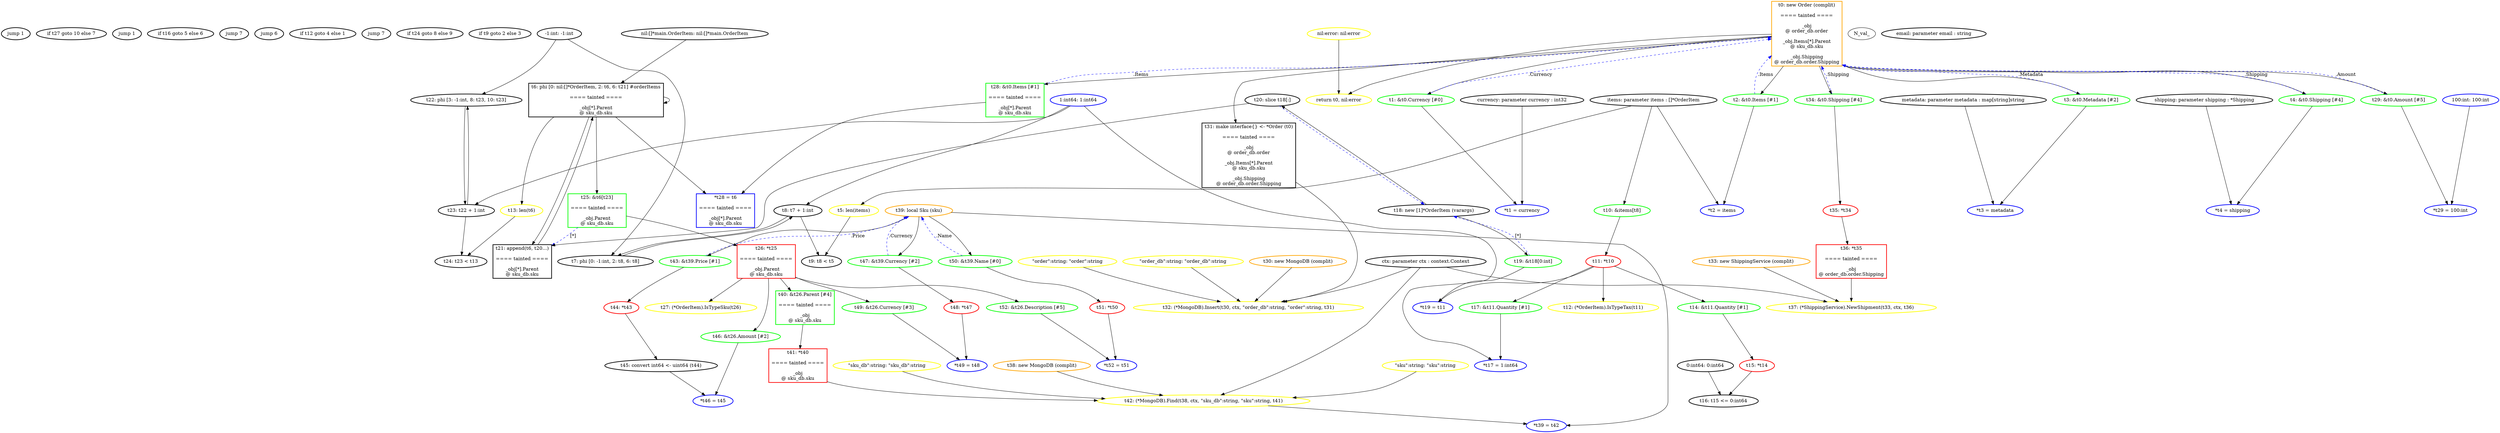
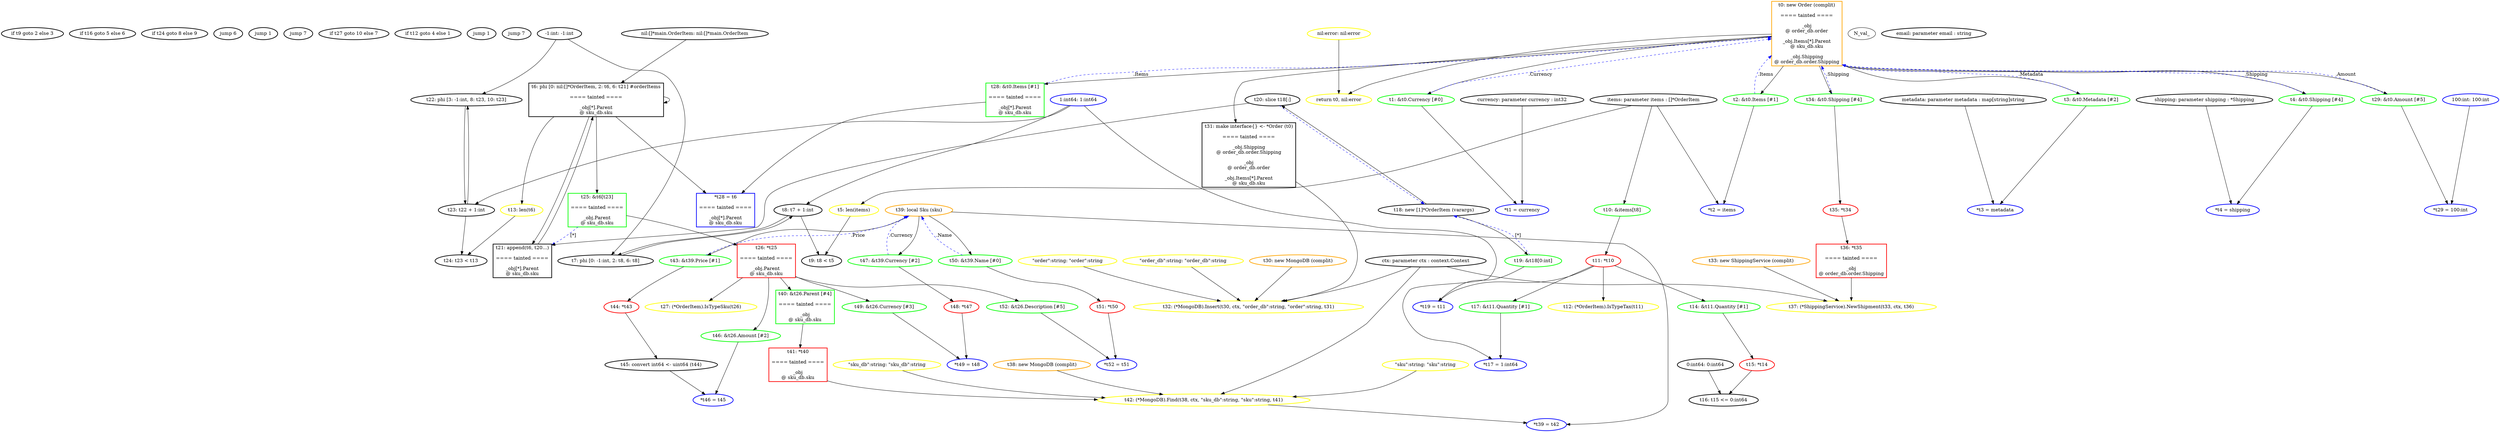
digraph G {
	rankdir=TD;
- 	N_instr__1486007682 [label="jump 1", style=bold, shape=ellipse, color="black"];
- 	N_instr__155428900 [label="if t27 goto 10 else 7", style=bold, shape=ellipse, color="black"];
- 	N_instr__1748673099 [label="jump 1", style=bold, shape=ellipse, color="black"];
- 	N_instr__1891567573 [label="if t16 goto 5 else 6", style=bold, shape=ellipse, color="black"];
- 	N_instr__233537825 [label="jump 7", style=bold, shape=ellipse, color="black"];
- 	N_instr__409748865 [label="jump 6", style=bold, shape=ellipse, color="black"];
- 	N_instr__431213041 [label="if t12 goto 4 else 1", style=bold, shape=ellipse, color="black"];
- 	N_instr__480687870 [label="jump 7", style=bold, shape=ellipse, color="black"];
- 	N_instr__745433567 [label="if t24 goto 8 else 9", style=bold, shape=ellipse, color="black"];
- 	N_instr__815072820 [label="if t9 goto 2 else 3", style=bold, shape=ellipse, color="black"];
+ 	N_instr__1300245240 [label="if t9 goto 2 else 3", style=bold, shape=ellipse, color="black"];
+ 	N_instr__1368095566 [label="if t16 goto 5 else 6", style=bold, shape=ellipse, color="black"];
+ 	N_instr__1573319400 [label="if t24 goto 8 else 9", style=bold, shape=ellipse, color="black"];
+ 	N_instr__1693944253 [label="jump 6", style=bold, shape=ellipse, color="black"];
+ 	N_instr__2014862055 [label="jump 1", style=bold, shape=ellipse, color="black"];
+ 	N_instr__288717836 [label="jump 7", style=bold, shape=ellipse, color="black"];
+ 	N_instr__397433706 [label="if t27 goto 10 else 7", style=bold, shape=ellipse, color="black"];
+ 	N_instr__398109676 [label="if t12 goto 4 else 1", style=bold, shape=ellipse, color="black"];
+ 	N_instr__419137073 [label="jump 1", style=bold, shape=ellipse, color="black"];
+ 	N_instr__947450819 [label="jump 7", style=bold, shape=ellipse, color="black"];
	N_instr_ret_2694 [label="return t0, nil:error", style=bold, shape=ellipse, color="yellow"];
	N_instr_store_1919 [label="*t1 = currency", style=bold, shape=ellipse, color="blue"];
	N_instr_store_1938 [label="*t2 = items", style=bold, shape=ellipse, color="blue"];
	N_instr_store_1960 [label="*t3 = metadata", style=bold, shape=ellipse, color="blue"];
	N_instr_store_1982 [label="*t4 = shipping", style=bold, shape=ellipse, color="blue"];
	N_instr_store_2129 [label="*t17 = 1:int64", style=bold, shape=ellipse, color="blue"];
	N_instr_store_2182 [label="*t19 = t11", style=bold, shape=ellipse, color="blue"];
	N_instr_store_2312 [label="*t39 = t42", style=bold, shape=ellipse, color="blue"];
	N_instr_store_2379 [label="*t46 = t45", style=bold, shape=ellipse, color="blue"];
	N_instr_store_2416 [label="*t49 = t48", style=bold, shape=ellipse, color="blue"];
	N_instr_store_2451 [label="*t52 = t51", style=bold, shape=ellipse, color="blue"];
	N_instr_store_2489 [label="*t28 = t6

==== tainted ====

_obj[*].Parent
@ sku_db.sku
", style=bold, shape=box, color="blue"];
	N_instr_store_2515 [label="*t29 = 100:int", style=bold, shape=ellipse, color="blue"];
- 	N_nil_1330792106 [label="nil:error: nil:error", style=bold, shape=ellipse, color="yellow"];
- 	N_nil_262746008 [label="nil:[]*main.OrderItem: nil:[]*main.OrderItem", style=bold, shape=ellipse, color="black"];
+ 	N_nil_1210916737 [label="nil:[]*main.OrderItem: nil:[]*main.OrderItem", style=bold, shape=ellipse, color="black"];
+ 	N_nil_1996754634 [label="nil:error: nil:error", style=bold, shape=ellipse, color="yellow"];
	N_val_"order":string [label="\"order\":string: \"order\":string", style=bold, shape=ellipse, color="yellow"];
	N_val_"order_db":string [label="\"order_db\":string: \"order_db\":string", style=bold, shape=ellipse, color="yellow"];
	N_val_"sku":string [label="\"sku\":string: \"sku\":string", style=bold, shape=ellipse, color="yellow"];
	N_val_"sku_db":string [label="\"sku_db\":string: \"sku_db\":string", style=bold, shape=ellipse, color="yellow"];
	N_val_-1:int [label="-1:int: -1:int", style=bold, shape=ellipse, color="black"];
	N_val_0:int64 [label="0:int64: 0:int64", style=bold, shape=ellipse, color="black"];
	N_val_100:int [label="100:int: 100:int", style=bold, shape=ellipse, color="blue"];
	N_val_1:int [label="1:int: 1:int", style=bold, shape=ellipse, color="black"];
	N_val_1:int64 [label="1:int64: 1:int64", style=bold, shape=ellipse, color="blue"];
	N_val_alloc_1907 [label="t0: new Order (complit)

==== tainted ====

_obj
@ order_db.order

_obj.Items[*].Parent
@ sku_db.sku

_obj.Shipping
@ order_db.order.Shipping
", style=bold, shape=box, color="orange"];
	N_val_alloc_2189 [label="t18: new [1]*OrderItem (varargs)", style=bold, shape=ellipse, color="black"];
	N_val_alloc_2306 [label="t38: new MongoDB (complit)", style=bold, shape=ellipse, color="orange"];
	N_val_alloc_2312 [label="t39: local Sku (sku)", style=bold, shape=ellipse, color="orange"];
	N_val_alloc_2549 [label="t30: new MongoDB (complit)", style=bold, shape=ellipse, color="orange"];
	N_val_alloc_2638 [label="t33: new ShippingService (complit)", style=bold, shape=ellipse, color="orange"];
	N_val_binary_2110 [label="t16: t15 <= 0:int64", style=bold, shape=ellipse, color="black"];
	N_val_binaryt23 [label="t23: t22 + 1:int", style=bold, shape=ellipse, color="black"];
	N_val_binaryt24 [label="t24: t23 < t13", style=bold, shape=ellipse, color="black"];
	N_val_binaryt8 [label="t8: t7 + 1:int", style=bold, shape=ellipse, color="black"];
	N_val_binaryt9 [label="t9: t8 < t5", style=bold, shape=ellipse, color="black"];
	N_val_call_2082 [label="t12: (*OrderItem).IsTypeTax(t11)", style=bold, shape=ellipse, color="yellow"];
	N_val_call_2169 [label="t21: append(t6, t20...)

==== tainted ====

_obj[*].Parent
@ sku_db.sku
", style=bold, shape=box, color="black"];
	N_val_call_2258 [label="t27: (*OrderItem).IsTypeSku(t26)", style=bold, shape=ellipse, color="yellow"];
	N_val_call_2329 [label="t42: (*MongoDB).Find(t38, ctx, \"sku_db\":string, \"sku\":string, t41)", style=bold, shape=ellipse, color="yellow"];
	N_val_call_2567 [label="t32: (*MongoDB).Insert(t30, ctx, \"order_db\":string, \"order\":string, t31)", style=bold, shape=ellipse, color="yellow"];
	N_val_call_2669 [label="t37: (*ShippingService).NewShipment(t33, ctx, t36)", style=bold, shape=ellipse, color="yellow"];
	N_val_callt13 [label="t13: len(t6)", style=bold, shape=ellipse, color="yellow"];
	N_val_callt5 [label="t5: len(items)", style=bold, shape=ellipse, color="yellow"];
	N_val_conv_2393 [label="t45: convert int64 <- uint64 (t44)", style=bold, shape=ellipse, color="black"];
	N_val_field_1919 [label="t1: &t0.Currency [#0]", style=bold, shape=ellipse, color="green"];
	N_val_field_1938 [label="t2: &t0.Items [#1]", style=bold, shape=ellipse, color="green"];
	N_val_field_1960 [label="t3: &t0.Metadata [#2]", style=bold, shape=ellipse, color="green"];
	N_val_field_1982 [label="t4: &t0.Shipping [#4]", style=bold, shape=ellipse, color="green"];
	N_val_field_2101 [label="t14: &t11.Quantity [#1]", style=bold, shape=ellipse, color="green"];
	N_val_field_2129 [label="t17: &t11.Quantity [#1]", style=bold, shape=ellipse, color="green"];
	N_val_field_2360 [label="t40: &t26.Parent [#4]

==== tainted ====

_obj
@ sku_db.sku
", style=bold, shape=box, color="green"];
	N_val_field_2379 [label="t46: &t26.Amount [#2]", style=bold, shape=ellipse, color="green"];
	N_val_field_2398 [label="t43: &t39.Price [#1]", style=bold, shape=ellipse, color="green"];
	N_val_field_2416 [label="t49: &t26.Currency [#3]", style=bold, shape=ellipse, color="green"];
	N_val_field_2431 [label="t47: &t39.Currency [#2]", style=bold, shape=ellipse, color="green"];
	N_val_field_2451 [label="t52: &t26.Description [#5]", style=bold, shape=ellipse, color="green"];
	N_val_field_2469 [label="t50: &t39.Name [#0]", style=bold, shape=ellipse, color="green"];
	N_val_field_2489 [label="t28: &t0.Items [#1]

==== tainted ====

_obj[*].Parent
@ sku_db.sku
", style=bold, shape=box, color="green"];
	N_val_field_2515 [label="t29: &t0.Amount [#5]", style=bold, shape=ellipse, color="green"];
	N_val_field_2682 [label="t34: &t0.Shipping [#4]", style=bold, shape=ellipse, color="green"];
	N_val_ifacet31 [label="t31: make interface{} <- *Order (t0)

==== tainted ====

- _obj
- @ order_db.order
- 
- _obj.Items[*].Parent
- @ sku_db.sku
- 
_obj.Shipping
@ order_db.order.Shipping
+ 
+ _obj
+ @ order_db.order
+ 
+ _obj.Items[*].Parent
+ @ sku_db.sku
", style=bold, shape=box, color="black"];
	N_val_index_2052 [label="t10: &items[t8]", style=bold, shape=ellipse, color="green"];
	N_val_index_2223 [label="t25: &t6[t23]

==== tainted ====

_obj.Parent
@ sku_db.sku
", style=bold, shape=box, color="green"];
	N_val_indext19 [label="t19: &t18[0:int]", style=bold, shape=ellipse, color="green"];
	N_val_param_1754 [label="ctx: parameter ctx : context.Context", style=bold, shape=ellipse, color="black"];
	N_val_param_1775 [label="currency: parameter currency : int32", style=bold, shape=ellipse, color="black"];
	N_val_param_1791 [label="items: parameter items : []*OrderItem", style=bold, shape=ellipse, color="black"];
	N_val_param_1811 [label="metadata: parameter metadata : map[string]string", style=bold, shape=ellipse, color="black"];
	N_val_param_1839 [label="email: parameter email : string", style=bold, shape=ellipse, color="black"];
	N_val_param_1853 [label="shipping: parameter shipping : *Shipping", style=bold, shape=ellipse, color="black"];
	N_val_phi_2003 [label="t6: phi [0: nil:[]*OrderItem, 2: t6, 6: t21] #orderItems

==== tainted ====

_obj[*].Parent
@ sku_db.sku
", style=bold, shape=box, color="black"];
	N_val_phit22 [label="t22: phi [3: -1:int, 8: t23, 10: t23]", style=bold, shape=ellipse, color="black"];
	N_val_phit7 [label="t7: phi [0: -1:int, 2: t8, 6: t8]", style=bold, shape=ellipse, color="black"];
	N_val_slicet20 [label="t20: slice t18[:]", style=bold, shape=ellipse, color="black"];
	N_val_unary_2101 [label="t15: *t14", style=bold, shape=ellipse, color="red"];
	N_val_unary_2360 [label="t41: *t40

==== tainted ====

_obj
@ sku_db.sku
", style=bold, shape=box, color="red"];
	N_val_unary_2398 [label="t44: *t43", style=bold, shape=ellipse, color="red"];
	N_val_unary_2431 [label="t48: *t47", style=bold, shape=ellipse, color="red"];
	N_val_unary_2469 [label="t51: *t50", style=bold, shape=ellipse, color="red"];
	N_val_unary_2675 [label="t36: *t35

==== tainted ====

_obj
@ order_db.order.Shipping
", style=bold, shape=box, color="red"];
	N_val_unary_2682 [label="t35: *t34", style=bold, shape=ellipse, color="red"];
	N_val_unaryt11 [label="t11: *t10", style=bold, shape=ellipse, color="red"];
	N_val_unaryt26 [label="t26: *t25

==== tainted ====

_obj.Parent
@ sku_db.sku
", style=bold, shape=box, color="red"];
	N_val_alloc_1907 -> N_val_field_1919;
	N_val_alloc_1907 -> N_val_field_1938;
	N_val_alloc_1907 -> N_val_field_1960;
	N_val_alloc_1907 -> N_val_field_1982;
	N_val_field_1919 -> N_instr_store_1919;
	N_val_param_1775 -> N_instr_store_1919;
	N_val_field_1938 -> N_instr_store_1938;
	N_val_param_1791 -> N_instr_store_1938;
	N_val_field_1960 -> N_instr_store_1960;
	N_val_param_1811 -> N_instr_store_1960;
	N_val_field_1982 -> N_instr_store_1982;
	N_val_param_1853 -> N_instr_store_1982;
	N_val_param_1791 -> N_val_callt5;
- 	N_nil_262746008 -> N_val_phi_2003;
+ 	N_nil_1210916737 -> N_val_phi_2003;
	N_val_phi_2003 -> N_val_phi_2003;
	N_val_phi_2003 -> N_val_call_2169;
	N_val_alloc_2189 -> N_val_slicet20;
	N_val_slicet20 -> N_val_call_2169;
	N_val_call_2169 -> N_val_phi_2003;
	N_val_-1:int -> N_val_phit7;
	N_val_phit7 -> N_val_binaryt8;
	N_val_1:int -> N_val_binaryt8;
	N_val_binaryt8 -> N_val_phit7;
	N_val_binaryt8 -> N_val_binaryt9;
	N_val_callt5 -> N_val_binaryt9;
	N_val_param_1791 -> N_val_index_2052;
	N_val_index_2052 -> N_val_unaryt11;
	N_val_unaryt11 -> N_val_call_2082;
	N_val_phi_2003 -> N_val_callt13;
	N_val_unaryt11 -> N_val_field_2101;
	N_val_field_2101 -> N_val_unary_2101;
	N_val_unary_2101 -> N_val_binary_2110;
	N_val_0:int64 -> N_val_binary_2110;
	N_val_unaryt11 -> N_val_field_2129;
	N_val_field_2129 -> N_instr_store_2129;
	N_val_1:int64 -> N_instr_store_2129;
	N_val_alloc_2189 -> N_val_indext19;
	N_val_indext19 -> N_instr_store_2182;
	N_val_unaryt11 -> N_instr_store_2182;
	N_val_-1:int -> N_val_phit22;
	N_val_phit22 -> N_val_binaryt23;
	N_val_1:int -> N_val_binaryt23;
	N_val_binaryt23 -> N_val_phit22;
	N_val_binaryt23 -> N_val_binaryt24;
	N_val_callt13 -> N_val_binaryt24;
	N_val_phi_2003 -> N_val_index_2223;
	N_val_index_2223 -> N_val_unaryt26;
	N_val_unaryt26 -> N_val_call_2258;
	N_val_alloc_1907 -> N_val_field_2489;
	N_val_field_2489 -> N_instr_store_2489;
	N_val_phi_2003 -> N_instr_store_2489;
	N_val_alloc_1907 -> N_val_field_2515;
	N_val_field_2515 -> N_instr_store_2515;
	N_val_100:int -> N_instr_store_2515;
	N_val_alloc_1907 -> N_val_ifacet31;
	N_val_alloc_2549 -> N_val_call_2567;
	N_val_param_1754 -> N_val_call_2567;
	N_val_"order_db":string -> N_val_call_2567;
	N_val_"order":string -> N_val_call_2567;
	N_val_ifacet31 -> N_val_call_2567;
	N_val_alloc_1907 -> N_val_field_2682;
	N_val_field_2682 -> N_val_unary_2682;
	N_val_unary_2682 -> N_val_unary_2675;
	N_val_alloc_2638 -> N_val_call_2669;
	N_val_param_1754 -> N_val_call_2669;
	N_val_unary_2675 -> N_val_call_2669;
	N_val_alloc_1907 -> N_instr_ret_2694;
- 	N_nil_1330792106 -> N_instr_ret_2694;
+ 	N_nil_1996754634 -> N_instr_ret_2694;
	N_val_unaryt26 -> N_val_field_2360;
	N_val_field_2360 -> N_val_unary_2360;
	N_val_alloc_2306 -> N_val_call_2329;
	N_val_param_1754 -> N_val_call_2329;
	N_val_"sku_db":string -> N_val_call_2329;
	N_val_"sku":string -> N_val_call_2329;
	N_val_unary_2360 -> N_val_call_2329;
	N_val_alloc_2312 -> N_instr_store_2312;
	N_val_call_2329 -> N_instr_store_2312;
	N_val_alloc_2312 -> N_val_field_2398;
	N_val_field_2398 -> N_val_unary_2398;
	N_val_unary_2398 -> N_val_conv_2393;
	N_val_unaryt26 -> N_val_field_2379;
	N_val_field_2379 -> N_instr_store_2379;
	N_val_conv_2393 -> N_instr_store_2379;
	N_val_alloc_2312 -> N_val_field_2431;
	N_val_field_2431 -> N_val_unary_2431;
	N_val_unaryt26 -> N_val_field_2416;
	N_val_field_2416 -> N_instr_store_2416;
	N_val_unary_2431 -> N_instr_store_2416;
	N_val_alloc_2312 -> N_val_field_2469;
	N_val_field_2469 -> N_val_unary_2469;
	N_val_unaryt26 -> N_val_field_2451;
	N_val_field_2451 -> N_instr_store_2451;
	N_val_unary_2469 -> N_instr_store_2451;
+ 	N_val_field_2515 -> N_val_alloc_1907 [label=".Amount", style=dashed, color=blue];
+ 	N_val_field_2431 -> N_val_alloc_2312 [label=".Currency", style=dashed, color=blue];
+ 	N_val_index_2223 -> N_val_call_2169 [label="[*]", style=dashed, color=blue];
+ 	N_val_field_2682 -> N_val_alloc_1907 [label=".Shipping", style=dashed, color=blue];
+ 	N_val_field_1919 -> N_val_alloc_1907 [label=".Currency", style=dashed, color=blue];
+ 	N_val_field_1938 -> N_val_alloc_1907 [label=".Items", style=dashed, color=blue];
+ 	N_val_field_2398 -> N_val_alloc_2312 [label=".Price", style=dashed, color=blue];
+ 	N_val_field_2469 -> N_val_alloc_2312 [label=".Name", style=dashed, color=blue];
	N_val_indext19 -> N_val_alloc_2189 [label="[*]", style=dashed, color=blue];
- 	N_val_field_2515 -> N_val_alloc_1907 [label=".Amount", style=dashed, color=blue];
- 	N_val_field_2469 -> N_val_alloc_2312 [label=".Name", style=dashed, color=blue];
- 	N_val_field_2431 -> N_val_alloc_2312 [label=".Currency", style=dashed, color=blue];
	N_val_slicet20 -> N_val_alloc_2189 [label="", style=dashed, color=blue];
+ 	N_val_field_1960 -> N_val_alloc_1907 [label=".Metadata", style=dashed, color=blue];
+ 	N_val_field_1982 -> N_val_alloc_1907 [label=".Shipping", style=dashed, color=blue];
	N_val_field_2489 -> N_val_alloc_1907 [label=".Items", style=dashed, color=blue];
- 	N_val_field_1919 -> N_val_alloc_1907 [label=".Currency", style=dashed, color=blue];
- 	N_val_field_1982 -> N_val_alloc_1907 [label=".Shipping", style=dashed, color=blue];
- 	N_val_field_1960 -> N_val_alloc_1907 [label=".Metadata", style=dashed, color=blue];
- 	N_val_index_2223 -> N_val_call_2169 [label="[*]", style=dashed, color=blue];
- 	N_val_field_2398 -> N_val_alloc_2312 [label=".Price", style=dashed, color=blue];
- 	N_val_field_1938 -> N_val_alloc_1907 [label=".Items", style=dashed, color=blue];
- 	N_val_field_2682 -> N_val_alloc_1907 [label=".Shipping", style=dashed, color=blue];
}
